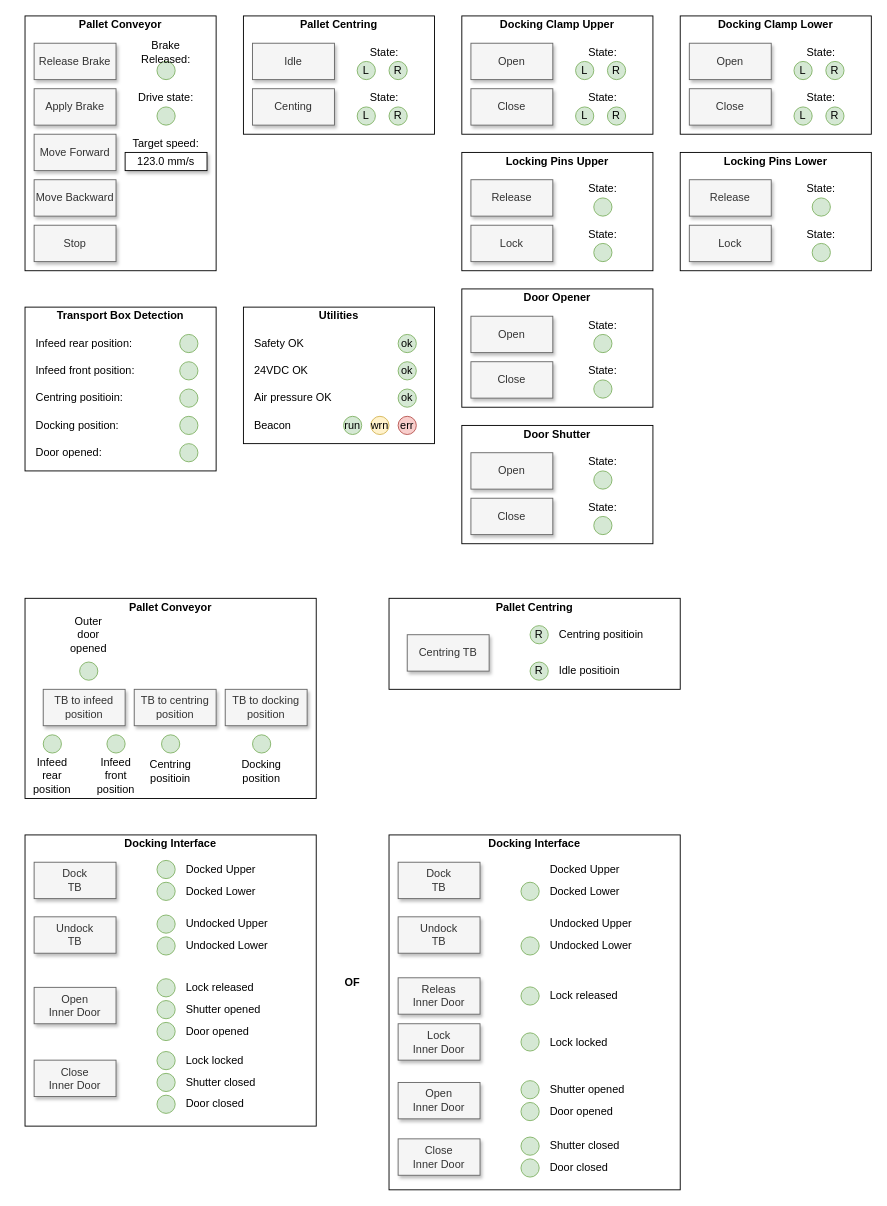
This is page "HMI maual control" (1 of 2) of Documentation/DDR plaatjes HMI.drawio from KMWE/KMWE_CleanroomConnect, a draw.io file, before an edit. Source tidied: cells renumbered, new cells numbered last; positions are measured from the earlier drawing's top-left corner, leaving out a move shared by most shapes. Both pictures are drawn from the tidied source at 91%, with x=0, y=0 at pixel (15, 15).
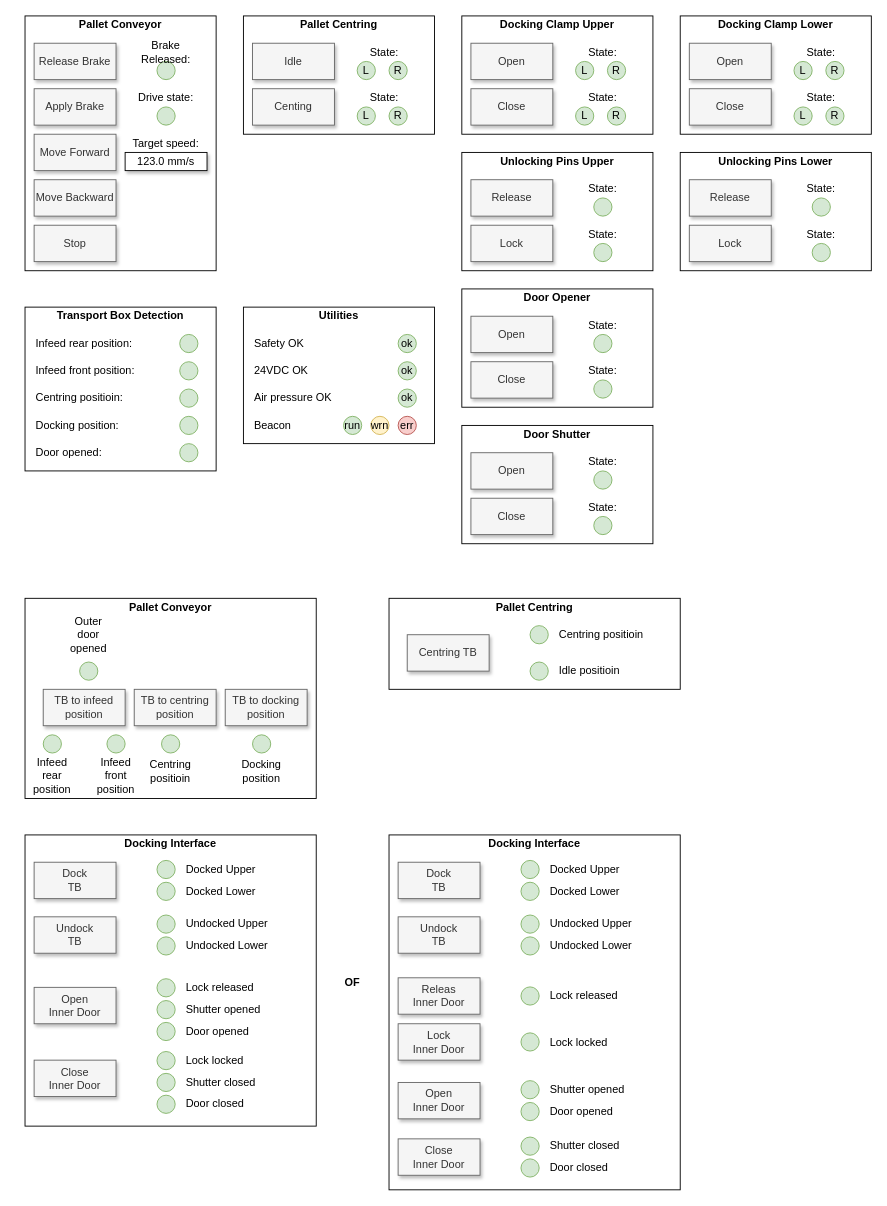
After the change.

What changed in the source:
```diff
@@
-    <mxCell id="47" value="Locking Pins Upper" style="text;html=1;align=center;verticalAlign=middle;whiteSpace=wrap;rounded=0;fontStyle=1;" parent="1" vertex="1">
+    <mxCell id="47" value="Unlocking Pins Upper" style="text;html=1;align=center;verticalAlign=middle;whiteSpace=wrap;rounded=0;fontStyle=1;" parent="1" vertex="1">
       <mxGeometry x="500" y="150" width="190" height="20" as="geometry" />
     </mxCell>
@@
-    <mxCell id="81" value="Locking Pins Lower" style="text;html=1;align=center;verticalAlign=middle;whiteSpace=wrap;rounded=0;fontStyle=1;" parent="1" vertex="1">
+    <mxCell id="81" value="Unlocking Pins Lower" style="text;html=1;align=center;verticalAlign=middle;whiteSpace=wrap;rounded=0;fontStyle=1;" parent="1" vertex="1">
       <mxGeometry x="740" y="150" width="190" height="20" as="geometry" />
     </mxCell>
@@
-    <mxCell id="104" value="R" style="ellipse;whiteSpace=wrap;html=1;fillColor=#d5e8d4;strokeColor=#82b366;" parent="1" vertex="1">
+    <mxCell id="104" style="ellipse;whiteSpace=wrap;html=1;fillColor=#d5e8d4;strokeColor=#82b366;" parent="1" vertex="1">
       <mxGeometry x="565" y="670" width="20" height="20" as="geometry" />
     </mxCell>
-    <mxCell id="105" value="R" style="ellipse;whiteSpace=wrap;html=1;fillColor=#d5e8d4;strokeColor=#82b366;" parent="1" vertex="1">
+    <mxCell id="105" style="ellipse;whiteSpace=wrap;html=1;fillColor=#d5e8d4;strokeColor=#82b366;" parent="1" vertex="1">
       <mxGeometry x="565" y="710" width="20" height="20" as="geometry" />
     </mxCell>
@@
+    <mxCell id="176" style="ellipse;whiteSpace=wrap;html=1;fillColor=#d5e8d4;strokeColor=#82b366;" parent="1" vertex="1">
+      <mxGeometry x="555" y="928" width="20" height="20" as="geometry" />
+    </mxCell>
+    <mxCell id="177" style="ellipse;whiteSpace=wrap;html=1;fillColor=#d5e8d4;strokeColor=#82b366;" parent="1" vertex="1">
+      <mxGeometry x="555" y="988" width="20" height="20" as="geometry" />
+    </mxCell>
```
